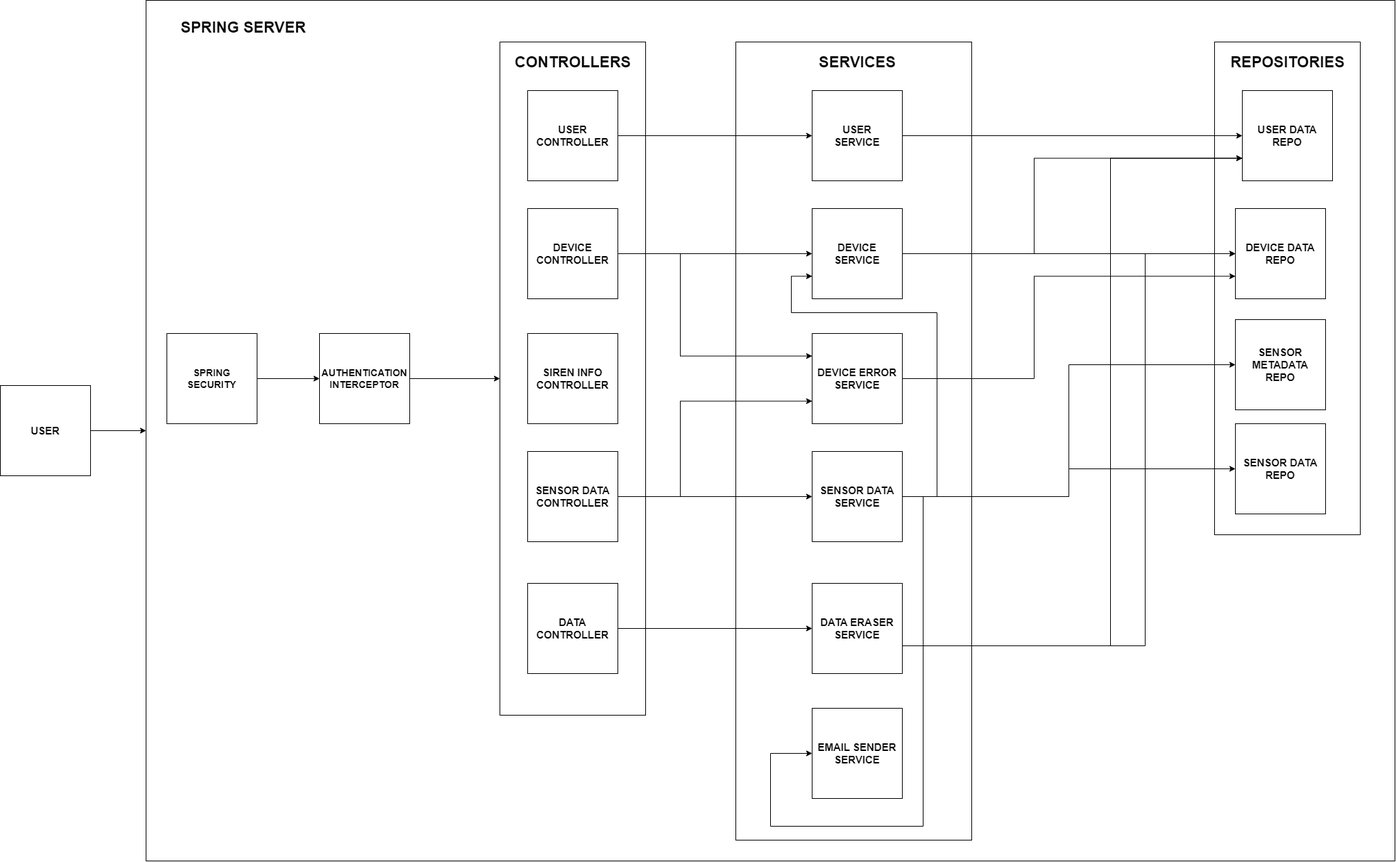
Before: Diagrams/Spring Web Server.drawio.png, a diagram exported from draw.io (MiguelRocha2001/PS-Monitor-IoT-System). Source tidied: cells renumbered, new cells last; positions are measured from the earlier drawing's top-left corner, leaving out a move shared by most shapes. Its diagram source:
```xml
<mxGraphModel>
  <root>
    <mxCell id="0" />
    <mxCell id="1" parent="0" />
    <mxCell id="2" style="rounded=0;whiteSpace=wrap;html=1;" parent="1" vertex="1">
      <mxGeometry x="210" width="1800" height="1240" as="geometry" />
    </mxCell>
    <mxCell id="3" style="rounded=0;whiteSpace=wrap;html=1;" parent="1" vertex="1">
      <mxGeometry x="1750" y="60" width="210" height="710" as="geometry" />
    </mxCell>
    <mxCell id="4" style="rounded=0;whiteSpace=wrap;html=1;" parent="1" vertex="1">
      <mxGeometry x="1060" y="60" width="340" height="1150" as="geometry" />
    </mxCell>
    <mxCell id="5" style="rounded=0;whiteSpace=wrap;html=1;" parent="1" vertex="1">
      <mxGeometry x="720" y="60" width="210" height="970" as="geometry" />
    </mxCell>
    <mxCell id="6" value="CONTROLLERS" style="text;html=1;align=center;verticalAlign=middle;strokeColor=none;fillColor=none;fontStyle=1;fontSize=22;" parent="1" vertex="1">
      <mxGeometry x="730" y="70" width="190" height="40" as="geometry" />
    </mxCell>
    <mxCell id="7" style="edgeStyle=orthogonalEdgeStyle;rounded=0;jettySize=auto;html=1;" parent="1" edge="1" source="8" target="19">
      <mxGeometry relative="1" as="geometry" />
    </mxCell>
    <mxCell id="8" value="USER CONTROLLER" style="whiteSpace=wrap;html=1;fontStyle=1;fontSize=15;" parent="1" vertex="1">
      <mxGeometry x="760" y="130" width="130" height="130" as="geometry" />
    </mxCell>
    <mxCell id="9" style="edgeStyle=orthogonalEdgeStyle;rounded=0;jettySize=auto;html=1;" parent="1" edge="1" source="11" target="29">
      <mxGeometry relative="1" as="geometry" />
    </mxCell>
    <mxCell id="10" style="edgeStyle=orthogonalEdgeStyle;rounded=0;jettySize=auto;html=1;entryX=0;entryY=0.75;entryDx=0;entryDy=0;" parent="1" edge="1" source="11" target="24">
      <mxGeometry relative="1" as="geometry">
        <Array as="points">
          <mxPoint x="980" y="715" />
          <mxPoint x="980" y="578" />
        </Array>
      </mxGeometry>
    </mxCell>
    <mxCell id="11" value="SENSOR DATA CONTROLLER" style="whiteSpace=wrap;html=1;fontStyle=1;fontSize=15;" parent="1" vertex="1">
      <mxGeometry x="760" y="650" width="130" height="130" as="geometry" />
    </mxCell>
    <mxCell id="12" style="edgeStyle=orthogonalEdgeStyle;rounded=0;jettySize=auto;html=1;" parent="1" edge="1" source="13" target="32">
      <mxGeometry relative="1" as="geometry" />
    </mxCell>
    <mxCell id="13" value="DATA&lt;br&gt;CONTROLLER" style="whiteSpace=wrap;html=1;fontStyle=1;fontSize=15;" parent="1" vertex="1">
      <mxGeometry x="760" y="840" width="130" height="130" as="geometry" />
    </mxCell>
    <mxCell id="14" value="SIREN INFO CONTROLLER" style="whiteSpace=wrap;html=1;fontStyle=1;fontSize=15;" parent="1" vertex="1">
      <mxGeometry x="760" y="480" width="130" height="130" as="geometry" />
    </mxCell>
    <mxCell id="15" style="edgeStyle=orthogonalEdgeStyle;rounded=0;jettySize=auto;html=1;" parent="1" edge="1" source="17" target="22">
      <mxGeometry relative="1" as="geometry" />
    </mxCell>
    <mxCell id="16" style="edgeStyle=orthogonalEdgeStyle;rounded=0;jettySize=auto;html=1;entryX=0;entryY=0.25;entryDx=0;entryDy=0;" parent="1" edge="1" source="17" target="24">
      <mxGeometry relative="1" as="geometry">
        <Array as="points">
          <mxPoint x="980" y="365" />
          <mxPoint x="980" y="513" />
        </Array>
      </mxGeometry>
    </mxCell>
    <mxCell id="17" value="DEVICE CONTROLLER" style="whiteSpace=wrap;html=1;fontStyle=1;fontSize=15;" parent="1" vertex="1">
      <mxGeometry x="760" y="300" width="130" height="130" as="geometry" />
    </mxCell>
    <mxCell id="18" style="edgeStyle=orthogonalEdgeStyle;rounded=0;jettySize=auto;html=1;" parent="1" edge="1" source="19" target="34">
      <mxGeometry relative="1" as="geometry" />
    </mxCell>
    <mxCell id="19" value="USER &lt;br&gt;SERVICE" style="whiteSpace=wrap;html=1;fontStyle=1;fontSize=15;" parent="1" vertex="1">
      <mxGeometry x="1170" y="130" width="130" height="130" as="geometry" />
    </mxCell>
    <mxCell id="20" style="edgeStyle=orthogonalEdgeStyle;rounded=0;jettySize=auto;html=1;" parent="1" edge="1" source="22" target="36">
      <mxGeometry relative="1" as="geometry" />
    </mxCell>
    <mxCell id="21" style="edgeStyle=orthogonalEdgeStyle;rounded=0;jettySize=auto;html=1;entryX=0;entryY=0.75;entryDx=0;entryDy=0;" parent="1" edge="1" source="22" target="34">
      <mxGeometry relative="1" as="geometry">
        <Array as="points">
          <mxPoint x="1490" y="365" />
          <mxPoint x="1490" y="228" />
        </Array>
      </mxGeometry>
    </mxCell>
    <mxCell id="22" value="DEVICE &lt;br&gt;SERVICE" style="whiteSpace=wrap;html=1;fontStyle=1;fontSize=15;" parent="1" vertex="1">
      <mxGeometry x="1170" y="300" width="130" height="130" as="geometry" />
    </mxCell>
    <mxCell id="23" style="edgeStyle=orthogonalEdgeStyle;rounded=0;jettySize=auto;html=1;entryX=0;entryY=0.75;entryDx=0;entryDy=0;" parent="1" edge="1" source="24" target="36">
      <mxGeometry relative="1" as="geometry">
        <Array as="points">
          <mxPoint x="1490" y="545" />
          <mxPoint x="1490" y="398" />
        </Array>
      </mxGeometry>
    </mxCell>
    <mxCell id="24" value="DEVICE ERROR&lt;br&gt;SERVICE" style="whiteSpace=wrap;html=1;fontStyle=1;fontSize=15;" parent="1" vertex="1">
      <mxGeometry x="1170" y="480" width="130" height="130" as="geometry" />
    </mxCell>
    <mxCell id="25" style="edgeStyle=orthogonalEdgeStyle;rounded=0;jettySize=auto;html=1;entryX=0;entryY=0.5;entryDx=0;entryDy=0;" parent="1" edge="1" source="29" target="37">
      <mxGeometry relative="1" as="geometry" />
    </mxCell>
    <mxCell id="26" style="edgeStyle=orthogonalEdgeStyle;rounded=0;jettySize=auto;html=1;entryX=0;entryY=0.75;entryDx=0;entryDy=0;" parent="1" edge="1" source="29" target="22">
      <mxGeometry relative="1" as="geometry">
        <Array as="points">
          <mxPoint x="1350" y="715" />
          <mxPoint x="1350" y="450" />
          <mxPoint x="1140" y="450" />
          <mxPoint x="1140" y="398" />
        </Array>
      </mxGeometry>
    </mxCell>
    <mxCell id="27" style="edgeStyle=orthogonalEdgeStyle;rounded=0;jettySize=auto;html=1;entryX=0;entryY=0.5;entryDx=0;entryDy=0;" parent="1" edge="1" source="29" target="38">
      <mxGeometry relative="1" as="geometry" />
    </mxCell>
    <mxCell id="28" style="edgeStyle=orthogonalEdgeStyle;rounded=0;jettySize=auto;html=1;entryX=0;entryY=0.5;entryDx=0;entryDy=0;" parent="1" edge="1" source="29" target="39">
      <mxGeometry relative="1" as="geometry">
        <Array as="points">
          <mxPoint x="1330" y="715" />
          <mxPoint x="1330" y="1190" />
          <mxPoint x="1110" y="1190" />
          <mxPoint x="1110" y="1085" />
        </Array>
      </mxGeometry>
    </mxCell>
    <mxCell id="29" value="SENSOR DATA&lt;br&gt;SERVICE" style="whiteSpace=wrap;html=1;fontStyle=1;fontSize=15;" parent="1" vertex="1">
      <mxGeometry x="1170" y="650" width="130" height="130" as="geometry" />
    </mxCell>
    <mxCell id="30" style="edgeStyle=orthogonalEdgeStyle;rounded=0;jettySize=auto;html=1;entryX=0;entryY=0.75;entryDx=0;entryDy=0;" parent="1" edge="1" source="32" target="34">
      <mxGeometry relative="1" as="geometry">
        <Array as="points">
          <mxPoint x="1600" y="930" />
          <mxPoint x="1600" y="228" />
        </Array>
      </mxGeometry>
    </mxCell>
    <mxCell id="31" style="edgeStyle=orthogonalEdgeStyle;rounded=0;jettySize=auto;html=1;entryX=0;entryY=0.5;entryDx=0;entryDy=0;" parent="1" edge="1" source="32" target="36">
      <mxGeometry relative="1" as="geometry">
        <Array as="points">
          <mxPoint x="1650" y="930" />
          <mxPoint x="1650" y="365" />
        </Array>
      </mxGeometry>
    </mxCell>
    <mxCell id="32" value="DATA ERASER&lt;br&gt;SERVICE" style="whiteSpace=wrap;html=1;fontStyle=1;fontSize=15;" parent="1" vertex="1">
      <mxGeometry x="1170" y="840" width="130" height="130" as="geometry" />
    </mxCell>
    <mxCell id="33" value="SERVICES" style="text;html=1;align=center;verticalAlign=middle;strokeColor=none;fillColor=none;fontStyle=1;fontSize=22;" parent="1" vertex="1">
      <mxGeometry x="1170" y="70" width="130" height="40" as="geometry" />
    </mxCell>
    <mxCell id="34" value="USER DATA&lt;br&gt;REPO" style="whiteSpace=wrap;html=1;fontStyle=1;fontSize=15;" parent="1" vertex="1">
      <mxGeometry x="1790" y="130" width="130" height="130" as="geometry" />
    </mxCell>
    <mxCell id="35" value="REPOSITORIES" style="text;html=1;align=center;verticalAlign=middle;strokeColor=none;fillColor=none;fontStyle=1;fontSize=22;" parent="1" vertex="1">
      <mxGeometry x="1760" y="70" width="190" height="40" as="geometry" />
    </mxCell>
    <mxCell id="36" value="DEVICE DATA&lt;br&gt;REPO" style="whiteSpace=wrap;html=1;fontStyle=1;fontSize=15;" parent="1" vertex="1">
      <mxGeometry x="1780" y="300" width="130" height="130" as="geometry" />
    </mxCell>
    <mxCell id="37" value="SENSOR METADATA&lt;br&gt;REPO" style="whiteSpace=wrap;html=1;fontStyle=1;fontSize=15;" parent="1" vertex="1">
      <mxGeometry x="1780" y="460" width="130" height="130" as="geometry" />
    </mxCell>
    <mxCell id="38" value="SENSOR DATA&lt;br&gt;REPO" style="whiteSpace=wrap;html=1;fontStyle=1;fontSize=15;" parent="1" vertex="1">
      <mxGeometry x="1780" y="610" width="130" height="130" as="geometry" />
    </mxCell>
    <mxCell id="39" value="EMAIL SENDER&lt;br&gt;SERVICE" style="whiteSpace=wrap;html=1;fontStyle=1;fontSize=15;" parent="1" vertex="1">
      <mxGeometry x="1170" y="1020" width="130" height="130" as="geometry" />
    </mxCell>
    <mxCell id="40" style="edgeStyle=orthogonalEdgeStyle;rounded=0;jettySize=auto;html=1;" parent="1" edge="1" source="41" target="5">
      <mxGeometry relative="1" as="geometry" />
    </mxCell>
    <mxCell id="41" value="AUTHENTICATION INTERCEPTOR" style="whiteSpace=wrap;html=1;fontStyle=1;fontSize=14;" parent="1" vertex="1">
      <mxGeometry x="460" y="480" width="130" height="130" as="geometry" />
    </mxCell>
    <mxCell id="42" style="edgeStyle=orthogonalEdgeStyle;rounded=0;jettySize=auto;html=1;exitX=1;exitY=0.5;exitDx=0;exitDy=0;" parent="1" edge="1" source="43" target="2">
      <mxGeometry relative="1" as="geometry" />
    </mxCell>
    <mxCell id="43" value="USER" style="whiteSpace=wrap;html=1;fontStyle=1;fontSize=15;" parent="1" vertex="1">
      <mxGeometry y="555" width="130" height="130" as="geometry" />
    </mxCell>
    <mxCell id="44" value="SPRING SERVER" style="text;html=1;align=center;verticalAlign=middle;strokeColor=none;fillColor=none;fontStyle=1;fontSize=22;" parent="1" vertex="1">
      <mxGeometry x="250" y="20" width="200" height="40" as="geometry" />
    </mxCell>
    <mxCell id="45" style="edgeStyle=orthogonalEdgeStyle;rounded=0;jettySize=auto;html=1;" parent="1" edge="1" source="46" target="41">
      <mxGeometry relative="1" as="geometry" />
    </mxCell>
    <mxCell id="46" value="SPRING SECURITY" style="whiteSpace=wrap;html=1;fontStyle=1;fontSize=14;" parent="1" vertex="1">
      <mxGeometry x="240" y="480" width="130" height="130" as="geometry" />
    </mxCell>
  </root>
</mxGraphModel>
```
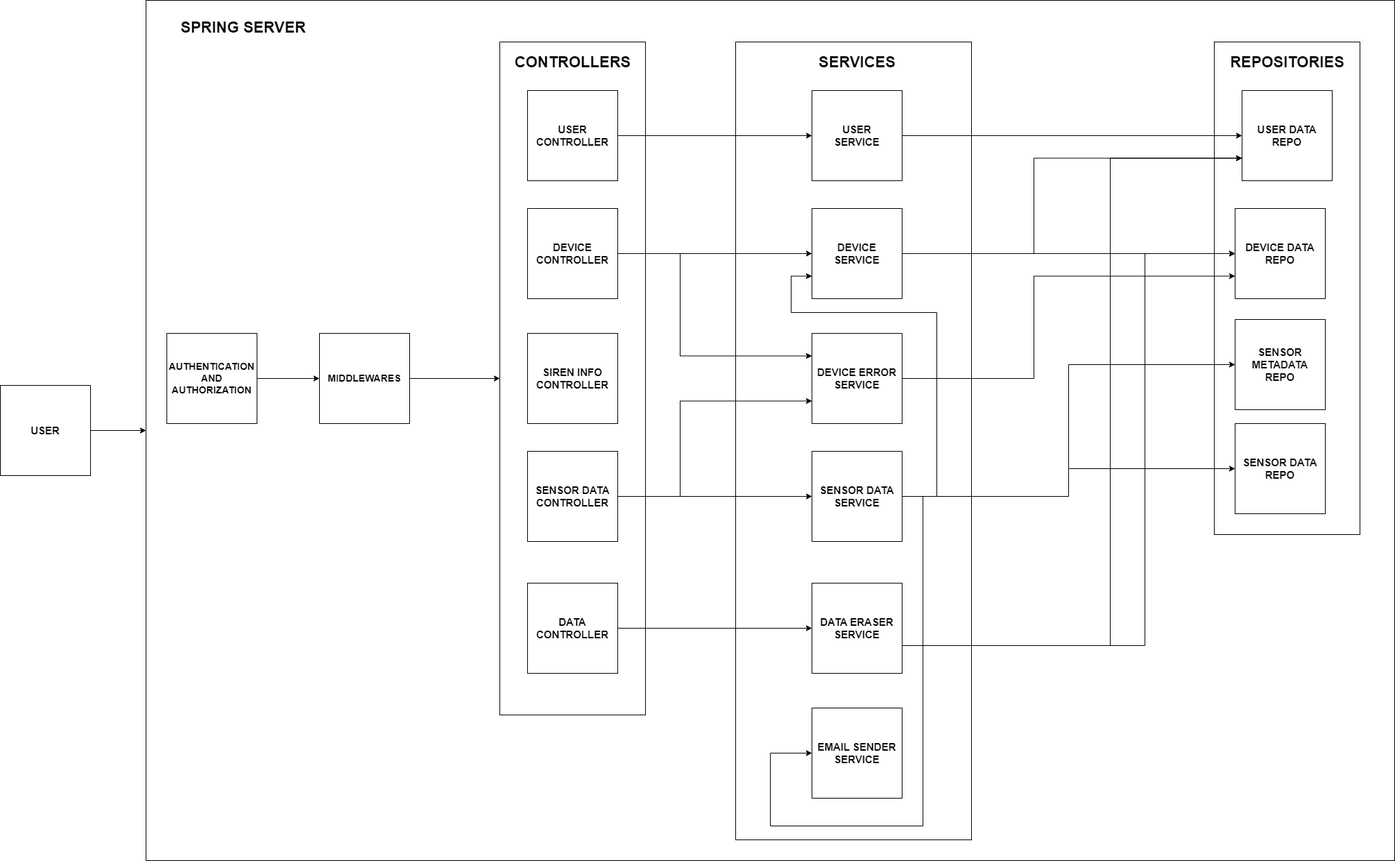
Later version of the same file.

Diff of the diagram source:
```diff
@@ -163,7 +163,7 @@
     <mxCell id="40" style="edgeStyle=orthogonalEdgeStyle;rounded=0;jettySize=auto;html=1;" parent="1" edge="1" source="41" target="5">
       <mxGeometry relative="1" as="geometry" />
     </mxCell>
-    <mxCell id="41" value="AUTHENTICATION INTERCEPTOR" style="whiteSpace=wrap;html=1;fontStyle=1;fontSize=14;" parent="1" vertex="1">
+    <mxCell id="41" value="MIDDLEWARES" style="whiteSpace=wrap;html=1;fontStyle=1;fontSize=14;" parent="1" vertex="1">
       <mxGeometry x="460" y="480" width="130" height="130" as="geometry" />
     </mxCell>
     <mxCell id="42" style="edgeStyle=orthogonalEdgeStyle;rounded=0;jettySize=auto;html=1;exitX=1;exitY=0.5;exitDx=0;exitDy=0;" parent="1" edge="1" source="43" target="2">
@@ -178,7 +178,7 @@
     <mxCell id="45" style="edgeStyle=orthogonalEdgeStyle;rounded=0;jettySize=auto;html=1;" parent="1" edge="1" source="46" target="41">
       <mxGeometry relative="1" as="geometry" />
     </mxCell>
-    <mxCell id="46" value="SPRING SECURITY" style="whiteSpace=wrap;html=1;fontStyle=1;fontSize=14;" parent="1" vertex="1">
+    <mxCell id="46" value="AUTHENTICATION&lt;br&gt;AND&lt;br&gt;AUTHORIZATION" style="whiteSpace=wrap;html=1;fontStyle=1;fontSize=14;" parent="1" vertex="1">
       <mxGeometry x="240" y="480" width="130" height="130" as="geometry" />
     </mxCell>
   </root>
```
